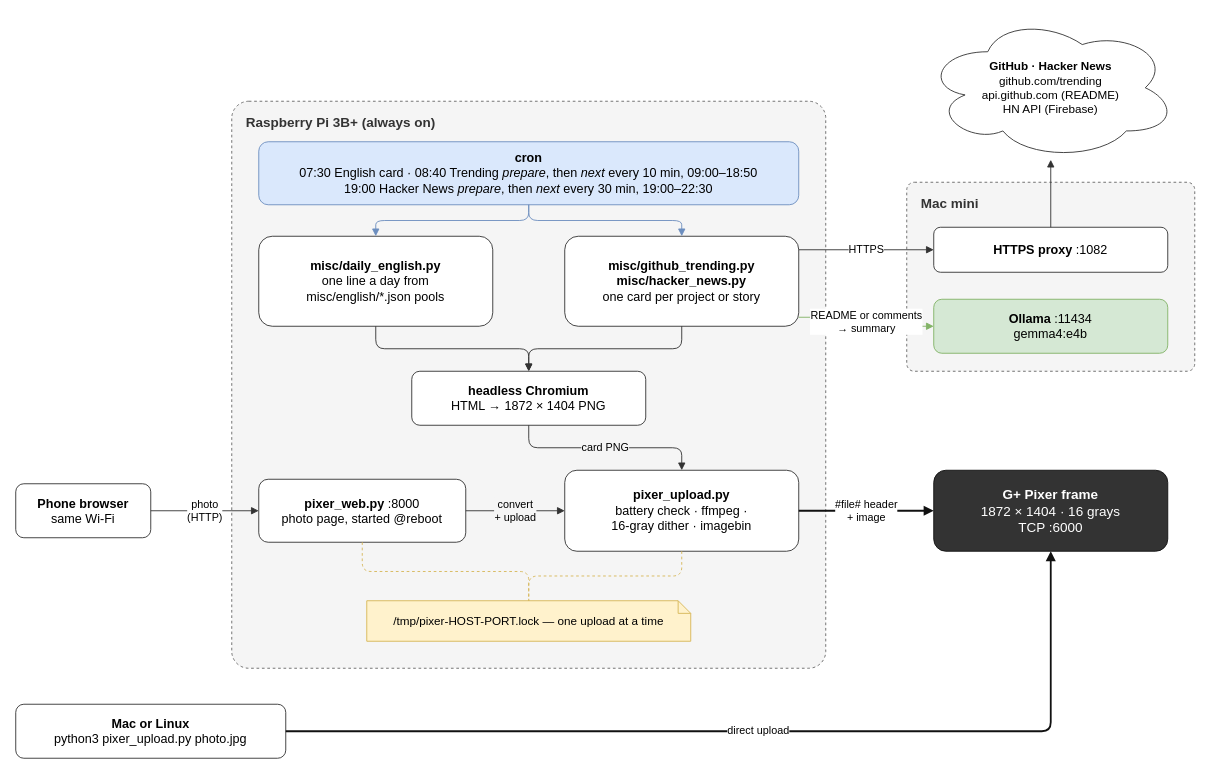
Earlier version of the draw.io diagram misc/images/architecture.drawio (ChyiYaqing/PixerTool). Source tidied: cells renumbered, new cells numbered last; positions are measured from the earlier drawing's top-left corner, leaving out a move shared by most shapes. Both pictures are drawn from the tidied source at 90%, with x=0, y=0 at pixel (15, 15).
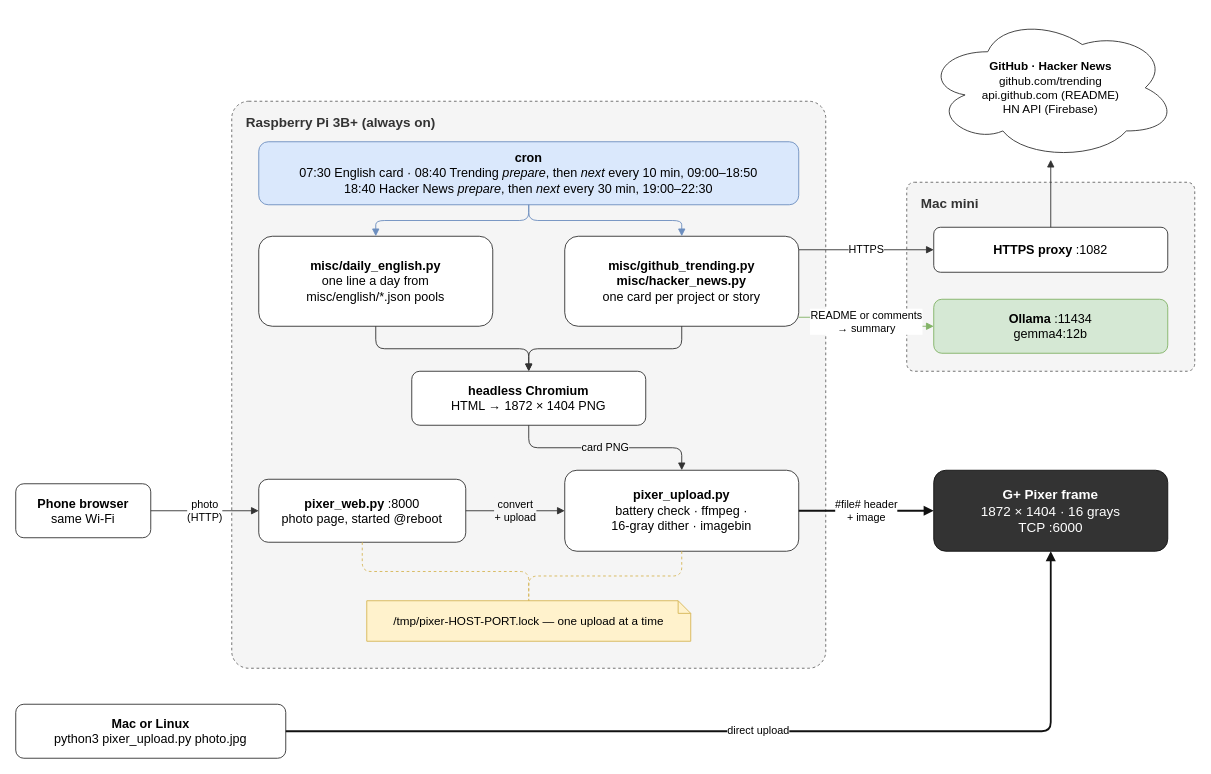
The same diagram, later.

Commit message (it also covers changes not shown here):
Default to gemma4:12b and show the 18:40 Hacker News prepare

Diff of the diagram source:
```diff
@@
-    <mxCell id="4" value="&lt;b&gt;cron&lt;/b&gt;&lt;br&gt;07:30 English card · 08:40 Trending &lt;i&gt;prepare&lt;/i&gt;, then &lt;i&gt;next&lt;/i&gt; every 10 min, 09:00–18:50&lt;br&gt;19:00 Hacker News &lt;i&gt;prepare&lt;/i&gt;, then &lt;i&gt;next&lt;/i&gt; every 30 min, 19:00–22:30" style="rounded=1;whiteSpace=wrap;html=1;fillColor=#dae8fc;strokeColor=#6c8ebf;fontSize=14;" parent="1" vertex="1">
+    <mxCell id="4" value="&lt;b&gt;cron&lt;/b&gt;&lt;br&gt;07:30 English card · 08:40 Trending &lt;i&gt;prepare&lt;/i&gt;, then &lt;i&gt;next&lt;/i&gt; every 10 min, 09:00–18:50&lt;br&gt;18:40 Hacker News &lt;i&gt;prepare&lt;/i&gt;, then &lt;i&gt;next&lt;/i&gt; every 30 min, 19:00–22:30" style="rounded=1;whiteSpace=wrap;html=1;fillColor=#dae8fc;strokeColor=#6c8ebf;fontSize=14;" parent="1" vertex="1">
       <mxGeometry x="270" y="140" width="600" height="70" as="geometry" />
     </mxCell>
@@
-    <mxCell id="12" value="&lt;b&gt;Ollama&lt;/b&gt; :11434&lt;br&gt;gemma4:e4b" style="rounded=1;whiteSpace=wrap;html=1;fillColor=#d5e8d4;strokeColor=#82b366;fontSize=14;" parent="1" vertex="1">
+    <mxCell id="12" value="&lt;b&gt;Ollama&lt;/b&gt; :11434&lt;br&gt;gemma4:12b" style="rounded=1;whiteSpace=wrap;html=1;fillColor=#d5e8d4;strokeColor=#82b366;fontSize=14;" parent="1" vertex="1">
       <mxGeometry x="1020" y="315" width="260" height="60" as="geometry" />
     </mxCell>
```
